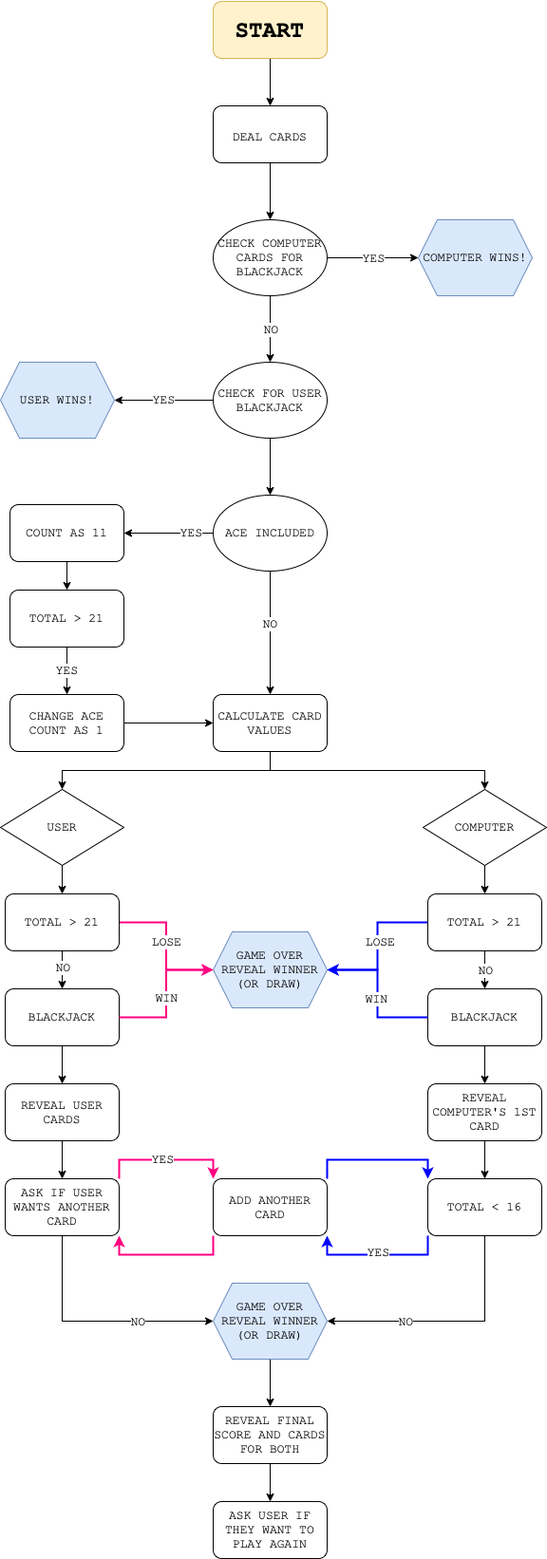
Before: Blackjack.drawio.png, a diagram exported from draw.io (antoniaandreou/100_days_of_python). Source tidied: cells renumbered, new cells last; positions are measured from the earlier drawing's top-left corner, leaving out a move shared by most shapes.
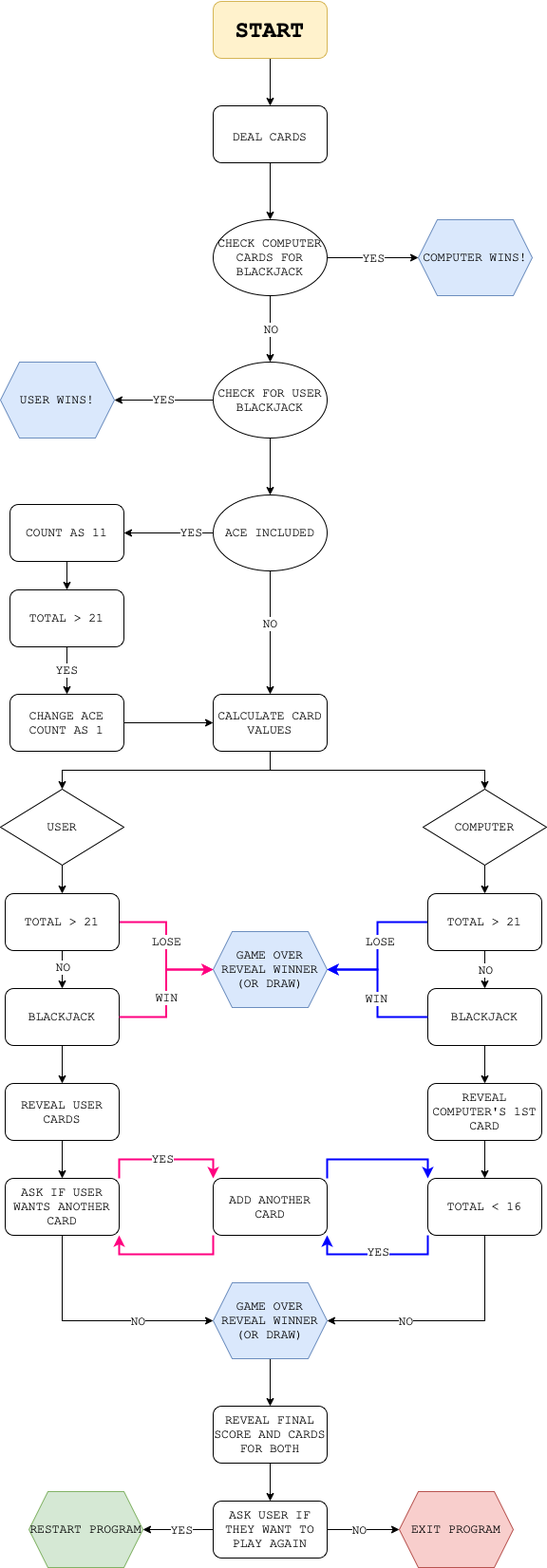
After the commit.

Change to the diagram source:
```diff
@@ -226,11 +226,31 @@
     <mxCell id="72" value="REVEAL FINAL SCORE AND CARDS FOR BOTH" style="rounded=1;whiteSpace=wrap;html=1;fontFamily=Courier New;fontSize=13;" parent="1" vertex="1">
       <mxGeometry x="224" y="1480" width="120" height="60" as="geometry" />
     </mxCell>
+    <mxCell id="75" style="edgeStyle=orthogonalEdgeStyle;rounded=0;jettySize=auto;html=1;exitX=1;exitY=0.5;exitDx=0;exitDy=0;fontFamily=Courier New;fontSize=13;strokeColor=#000000;strokeWidth=1;" parent="1" edge="1" source="73" target="79">
+      <mxGeometry relative="1" as="geometry" />
+    </mxCell>
+    <mxCell id="76" value="NO" style="edgeLabel;html=1;align=center;verticalAlign=middle;fontSize=13;fontFamily=Courier New;" parent="75" vertex="1">
+      <mxGeometry x="-0.13" relative="1" as="geometry" />
+    </mxCell>
+    <mxCell id="77" style="edgeStyle=orthogonalEdgeStyle;rounded=0;jettySize=auto;html=1;exitX=0;exitY=0.5;exitDx=0;exitDy=0;fontFamily=Courier New;fontSize=13;strokeColor=#000000;strokeWidth=1;" parent="1" edge="1" source="73" target="80">
+      <mxGeometry relative="1" as="geometry" />
+    </mxCell>
+    <mxCell id="78" value="YES" style="edgeLabel;html=1;align=center;verticalAlign=middle;fontSize=13;fontFamily=Courier New;" parent="77" vertex="1">
+      <mxGeometry x="-0.3" y="1" relative="1" as="geometry">
+        <mxPoint x="-8" y="-1" as="offset" />
+      </mxGeometry>
+    </mxCell>
     <mxCell id="73" value="ASK USER IF THEY WANT TO PLAY AGAIN" style="rounded=1;whiteSpace=wrap;html=1;fontFamily=Courier New;fontSize=13;" parent="1" vertex="1">
       <mxGeometry x="224" y="1580" width="120" height="60" as="geometry" />
     </mxCell>
     <mxCell id="74" value="GAME OVER&lt;br&gt;REVEAL WINNER&lt;br&gt;(OR DRAW)" style="shape=hexagon;perimeter=hexagonPerimeter2;whiteSpace=wrap;html=1;fixedSize=1;fontFamily=Courier New;fontSize=13;fillColor=#dae8fc;strokeColor=#6c8ebf;" parent="1" vertex="1">
       <mxGeometry x="224" y="1350" width="120" height="80" as="geometry" />
     </mxCell>
+    <mxCell id="79" value="EXIT PROGRAM" style="shape=hexagon;perimeter=hexagonPerimeter2;whiteSpace=wrap;html=1;fixedSize=1;fontFamily=Courier New;fontSize=13;fillColor=#f8cecc;strokeColor=#b85450;" parent="1" vertex="1">
+      <mxGeometry x="420" y="1570" width="120" height="80" as="geometry" />
+    </mxCell>
+    <mxCell id="80" value="RESTART PROGRAM" style="shape=hexagon;perimeter=hexagonPerimeter2;whiteSpace=wrap;html=1;fixedSize=1;fontFamily=Courier New;fontSize=13;fillColor=#d5e8d4;strokeColor=#82b366;" parent="1" vertex="1">
+      <mxGeometry x="30" y="1570" width="120" height="80" as="geometry" />
+    </mxCell>
   </root>
 </mxGraphModel>
```
